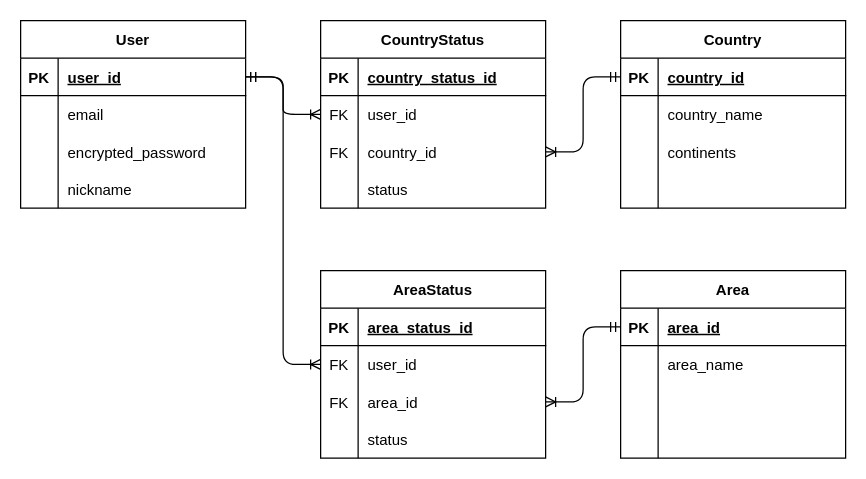
likapantrip/ryokomap keeps this draw.io diagram as er.dio. Above is the earlier version. Source tidied: cells renumbered, new cells numbered last; positions are measured from the earlier drawing's top-left corner, leaving out a move shared by most shapes. Both pictures are drawn from the tidied source at 125%, with x=0, y=0 at pixel (20, 20).
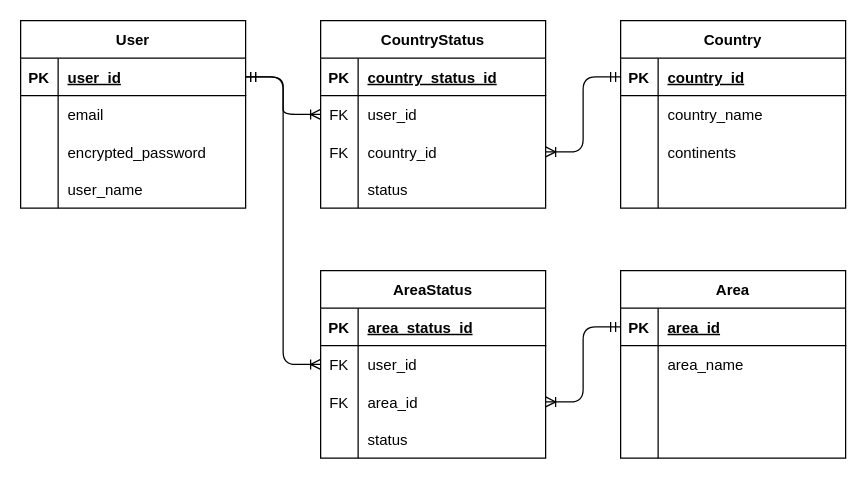
The same page after the edit.

Unchanged cells that the change refers to:
```xml
<mxCell id="51" style="shape=tableRow;horizontal=0;startSize=0;swimlaneHead=0;swimlaneBody=0;fillColor=none;top=0;left=0;right=0;bottom=0;" parent="41" vertex="1">
  <mxGeometry y="120" width="180" height="30" as="geometry" />
</mxCell>
```

Change to the diagram source:
```diff
@@
-    <mxCell id="53" value="nickname" style="shape=partialRectangle;fillColor=none;top=0;left=0;bottom=0;right=0;align=left;spacingLeft=6;overflow=hidden;" parent="51" vertex="1">
+    <mxCell id="53" value="user_name" style="shape=partialRectangle;fillColor=none;top=0;left=0;bottom=0;right=0;align=left;spacingLeft=6;overflow=hidden;" parent="51" vertex="1">
       <mxGeometry x="30" width="150" height="30" as="geometry" />
     </mxCell>
```
